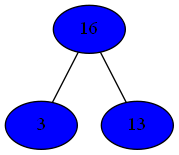
This is Compiler/14phiGraph.png from mbajaj92/Project-Astoria, a Graphviz export, as it was before one commit. Its source is kept beside it as Compiler/14phiGraph.dot. Its diagram source:
```dot
strict graph {
16[label="16" style=filled fillcolor="blue1"];
16 -- 3
16 -- 13
3[label="3" style=filled fillcolor="blue1"];
3 -- 16
13[label="13" style=filled fillcolor="blue1"];
13 -- 16
}
```
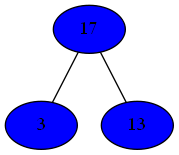
After the commit.

What changed in the source:
```diff
@@ -1,9 +1,9 @@
 strict graph {
-16[label="16" style=filled fillcolor="blue1"];
-16 -- 3
-16 -- 13
+17[label="17" style=filled fillcolor="blue1"];
+17 -- 3
+17 -- 13
 3[label="3" style=filled fillcolor="blue1"];
-3 -- 16
+3 -- 17
 13[label="13" style=filled fillcolor="blue1"];
-13 -- 16
+13 -- 17
 }
```
